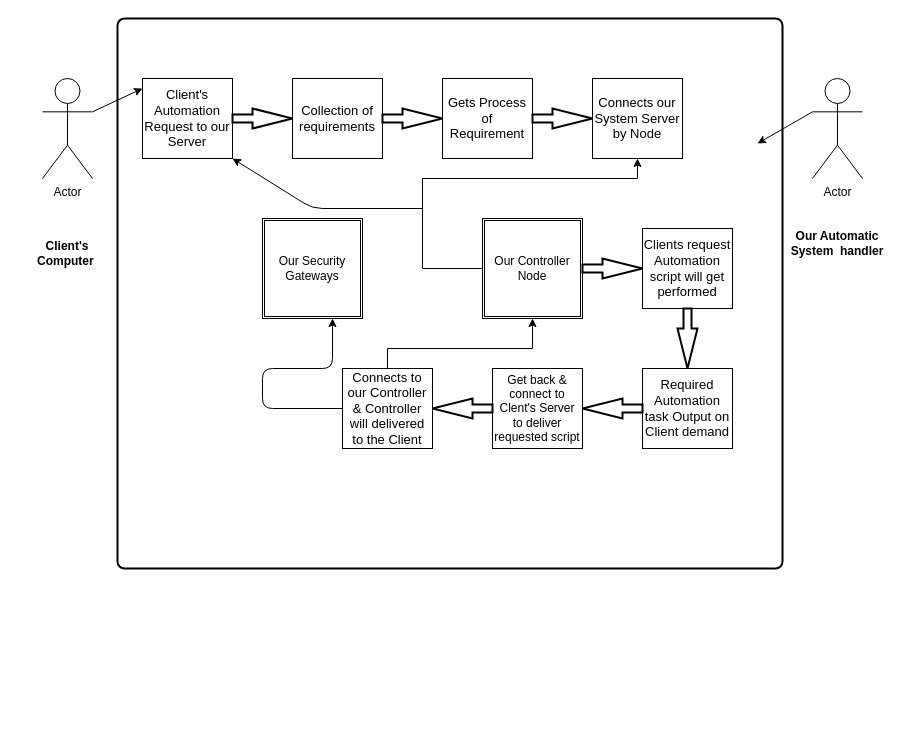
B-Shreyas/Cloud_project keeps this draw.io diagram as CloudArchitecture.drawio. Above is the earlier version. Source tidied: cells renumbered, new cells numbered last; positions are measured from the earlier drawing's top-left corner, leaving out a move shared by most shapes. Both pictures are drawn from the tidied source at 100%, with x=0, y=0 at pixel (17, 18).
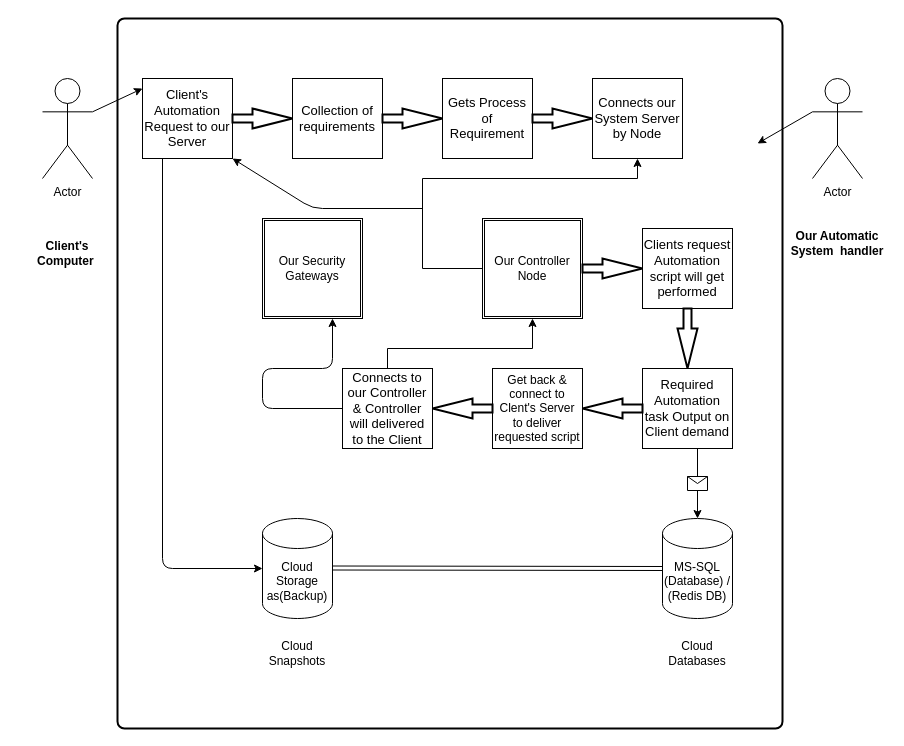
Above is the later version.

Diff of the diagram source:
```diff
@@
     <mxCell id="4" style="rounded=1;whiteSpace=wrap;html=1;absoluteArcSize=1;arcSize=14;strokeWidth=2;labelBorderColor=none;labelBackgroundColor=#ffffff;" parent="1" vertex="1">
-      <mxGeometry x="100" width="665" height="550" as="geometry" />
+      <mxGeometry x="100" width="665" height="710" as="geometry" />
     </mxCell>
@@
+    <mxCell id="30" value="Cloud Storage as(Backup)" style="shape=cylinder3;whiteSpace=wrap;html=1;boundedLbl=1;backgroundOutline=1;size=15;labelBackgroundColor=none;" parent="1" vertex="1">
+      <mxGeometry x="245" y="500" width="70" height="100" as="geometry" />
+    </mxCell>
+    <mxCell id="31" value="MS-SQL&lt;br&gt;(Database) /&lt;br&gt;(Redis DB)" style="shape=cylinder3;whiteSpace=wrap;html=1;boundedLbl=1;backgroundOutline=1;size=15;labelBackgroundColor=none;" parent="1" vertex="1">
+      <mxGeometry x="645" y="500" width="70" height="100" as="geometry" />
+    </mxCell>
+    <mxCell id="32" value="Cloud Snapshots" style="text;html=1;strokeColor=none;fillColor=none;align=center;verticalAlign=middle;whiteSpace=wrap;rounded=0;labelBackgroundColor=none;" parent="1" vertex="1">
+      <mxGeometry x="245" y="620" width="70" height="30" as="geometry" />
+    </mxCell>
+    <mxCell id="33" value="Cloud Databases" style="text;html=1;strokeColor=none;fillColor=none;align=center;verticalAlign=middle;whiteSpace=wrap;rounded=0;labelBackgroundColor=none;" parent="1" vertex="1">
+      <mxGeometry x="645" y="620" width="70" height="30" as="geometry" />
+    </mxCell>
+    <mxCell id="34" style="endArrow=classic;html=1;" parent="1" edge="1" target="31">
+      <mxGeometry relative="1" as="geometry">
+        <mxPoint x="680" y="430" as="sourcePoint" />
+      </mxGeometry>
+    </mxCell>
+    <mxCell id="35" style="shape=message;html=1;" parent="34" vertex="1">
+      <mxGeometry width="20" height="14" relative="1" as="geometry">
+        <mxPoint x="-10" y="-7" as="offset" />
+      </mxGeometry>
+    </mxCell>
+    <mxCell id="36" style="endArrow=classic;html=1;entryX=0;entryY=0.5;entryDx=0;entryDy=0;entryPerimeter=0;" parent="1" edge="1" target="30">
+      <mxGeometry relative="1" as="geometry">
+        <mxPoint x="145" y="140" as="sourcePoint" />
+        <Array as="points">
+          <mxPoint x="145" y="140" />
+          <mxPoint x="145" y="550" />
+        </Array>
+      </mxGeometry>
+    </mxCell>
+    <mxCell id="37" style="shape=link;html=1;entryX=0;entryY=0.5;entryDx=0;entryDy=0;entryPerimeter=0;" parent="1" edge="1" target="31">
+      <mxGeometry relative="1" as="geometry">
+        <mxPoint x="315" y="549.5" as="sourcePoint" />
+      </mxGeometry>
+    </mxCell>
```
